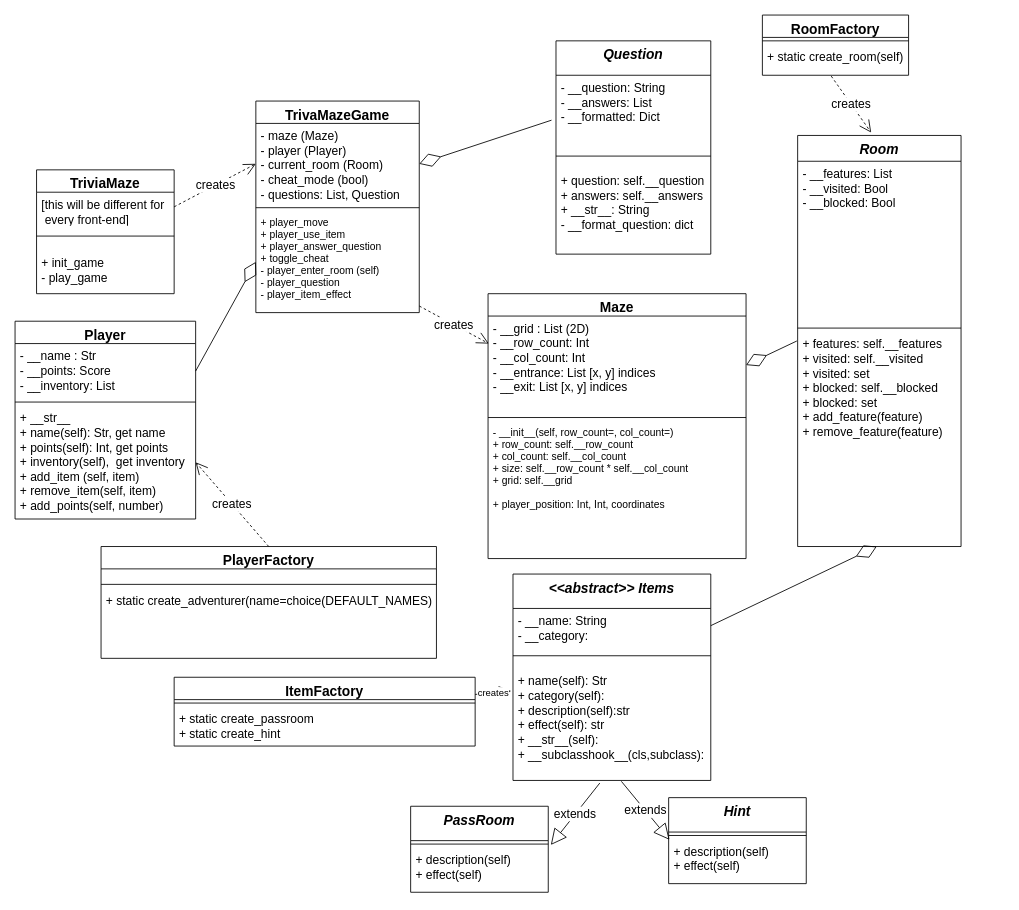
Earlier version of the draw.io diagram documentation/trivia_maze_UML.drawio (rclarkmorrow/trivia_maze). Source tidied: cells renumbered, new cells numbered last; positions are measured from the earlier drawing's top-left corner, leaving out a move shared by most shapes. Both pictures are drawn from the tidied source at 86%, with x=0, y=0 at pixel (15, 15).
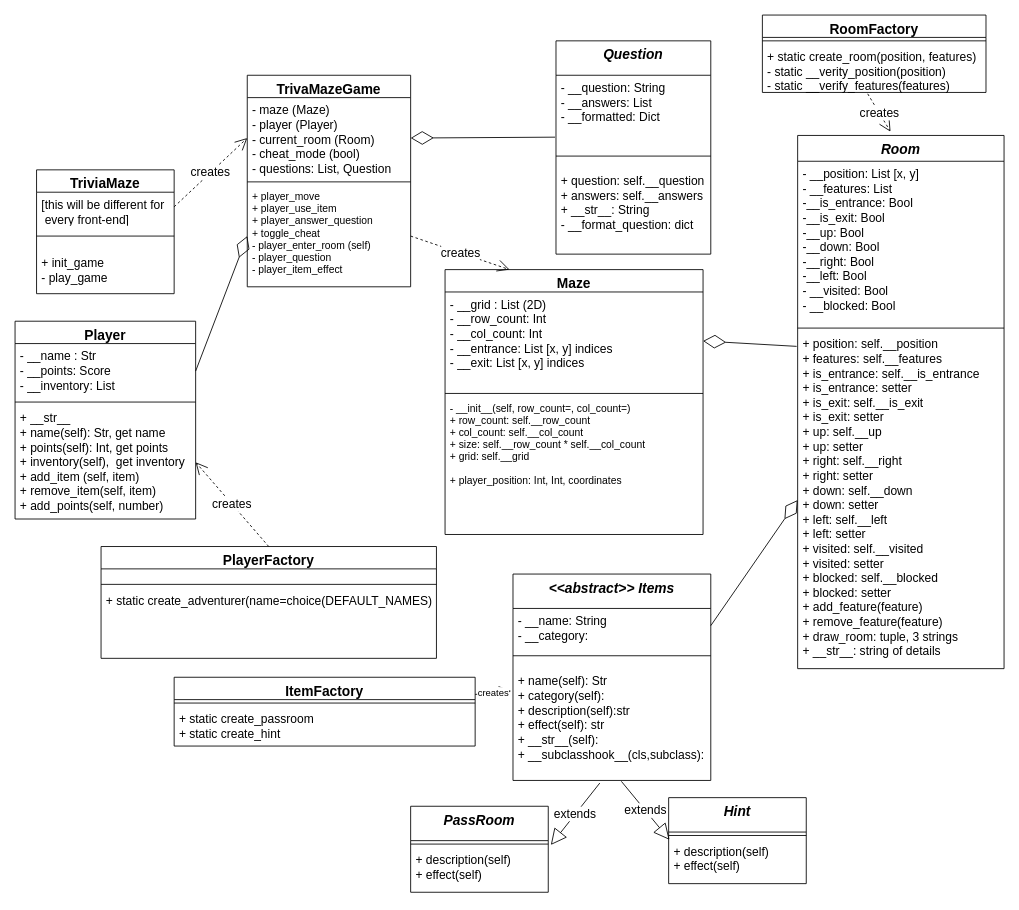
After the change.

Unchanged cells that the change refers to:
```xml
<mxCell id="3" value="- __grid : List (2D)&#10;- __row_count: Int&#10;- __col_count: Int&#10;- __entrance: List [x, y] indices&#10;- __exit: List [x, y] indices" style="text;strokeColor=none;fillColor=none;align=left;verticalAlign=top;spacingLeft=4;spacingRight=4;overflow=hidden;points=[[0,0.5],[1,0.5]];portConstraint=eastwest;fontSize=14;" parent="2" vertex="1">
  <mxGeometry y="26" width="300" height="114" as="geometry" />
</mxCell>
<mxCell id="17" value="- __name: String&#10;- __category:" style="text;strokeColor=none;fillColor=none;align=left;verticalAlign=top;spacingLeft=4;spacingRight=4;overflow=hidden;points=[[0,0.5],[1,0.5]];portConstraint=eastwest;fontSize=14;" parent="16" vertex="1">
  <mxGeometry y="40" width="230" height="40" as="geometry" />
</mxCell>
<mxCell id="21" value="- __question: String&#10;- __answers: List&#10;- __formatted: Dict" style="text;strokeColor=none;fillColor=none;align=left;verticalAlign=top;spacingLeft=4;spacingRight=4;overflow=hidden;points=[[0,0.5],[1,0.5]];portConstraint=eastwest;fontSize=14;" parent="20" vertex="1">
  <mxGeometry y="40" width="180" height="80" as="geometry" />
</mxCell>
<mxCell id="49" value="- maze (Maze)&#10;- player (Player)&#10;- current_room (Room)&#10;- cheat_mode (bool)&#10;- questions: List, Question" style="text;strokeColor=none;fillColor=none;align=left;verticalAlign=top;spacingLeft=4;spacingRight=4;overflow=hidden;points=[[0,0.5],[1,0.5]];portConstraint=eastwest;fontSize=14;" parent="48" vertex="1">
  <mxGeometry y="26" width="190" height="94" as="geometry" />
</mxCell>
<mxCell id="51" value="+ player_move&#10;+ player_use_item&#10;+ player_answer_question&#10;+ toggle_cheat&#10;- player_enter_room (self)&#10;- player_question&#10;- player_item_effect&#10;" style="text;strokeColor=none;fillColor=none;align=left;verticalAlign=top;spacingLeft=4;spacingRight=4;overflow=hidden;points=[[0,0.5],[1,0.5]];portConstraint=eastwest;" parent="48" vertex="1">
  <mxGeometry y="128" width="190" height="118" as="geometry" />
</mxCell>
```

The edit, as a diff of the source:
```diff
@@
     <mxCell id="2" value="Maze" style="swimlane;fontStyle=1;align=center;verticalAlign=top;horizontal=1;startSize=26;fontSize=16;" parent="1" vertex="1">
-      <mxGeometry x="550" y="324" width="300" height="308" as="geometry" />
+      <mxGeometry x="500" y="296" width="300" height="308" as="geometry" />
     </mxCell>
@@
     <mxCell id="6" value="Room" style="swimlane;fontStyle=3;align=center;verticalAlign=top;horizontal=1;startSize=30;fontSize=16;" parent="1" vertex="1">
-      <mxGeometry x="910" y="140" width="190" height="478" as="geometry" />
+      <mxGeometry x="910" y="140" width="240" height="620" as="geometry" />
     </mxCell>
-    <mxCell id="7" value="- __features: List&#10;- __visited: Bool&#10;- __blocked: Bool" style="text;strokeColor=none;fillColor=none;align=left;verticalAlign=top;spacingLeft=4;spacingRight=4;overflow=hidden;fontSize=14;" parent="6" vertex="1">
-      <mxGeometry y="30" width="190" height="190" as="geometry" />
+    <mxCell id="7" value="- __position: List [x, y]&#10;- __features: List&#10;-__is_entrance: Bool&#10;-__is_exit: Bool&#10;-__up: Bool&#10;-__down: Bool&#10;-__right: Bool&#10;-__left: Bool&#10;- __visited: Bool&#10;- __blocked: Bool" style="text;strokeColor=none;fillColor=none;align=left;verticalAlign=top;spacingLeft=4;spacingRight=4;overflow=hidden;fontSize=14;" parent="6" vertex="1">
+      <mxGeometry y="30" width="240" height="190" as="geometry" />
     </mxCell>
     <mxCell id="8" style="line;strokeWidth=1;fillColor=none;align=left;verticalAlign=middle;spacingTop=-1;spacingLeft=3;spacingRight=3;labelPosition=right;" parent="6" vertex="1">
-      <mxGeometry y="220" width="190" height="8" as="geometry" />
+      <mxGeometry y="220" width="240" height="8" as="geometry" />
     </mxCell>
-    <mxCell id="9" value="+ features: self.__features&#10;+ visited: self.__visited&#10;+ visited: set&#10;+ blocked: self.__blocked&#10;+ blocked: set&#10;+ add_feature(feature)&#10;+ remove_feature(feature)&#10;" style="text;strokeColor=none;fillColor=none;align=left;verticalAlign=top;spacingLeft=4;spacingRight=4;overflow=hidden;points=[[0,0.5],[1,0.5]];portConstraint=eastwest;labelBorderColor=none;fontSize=14;" parent="6" vertex="1">
-      <mxGeometry y="228" width="190" height="250" as="geometry" />
+    <mxCell id="9" value="+ position: self.__position&#10;+ features: self.__features&#10;+ is_entrance: self.__is_entrance&#10;+ is_entrance: setter&#10;+ is_exit: self.__is_exit&#10;+ is_exit: setter&#10;+ up: self.__up&#10;+ up: setter&#10;+ right: self.__right&#10;+ right: setter&#10;+ down: self.__down&#10;+ down: setter&#10;+ left: self.__left&#10;+ left: setter&#10;+ visited: self.__visited&#10;+ visited: setter&#10;+ blocked: self.__blocked&#10;+ blocked: setter&#10;+ add_feature(feature)&#10;+ remove_feature(feature)&#10;+ draw_room: tuple, 3 strings&#10;+ __str__: string of details&#10;" style="text;strokeColor=none;fillColor=none;align=left;verticalAlign=top;spacingLeft=4;spacingRight=4;overflow=hidden;points=[[0,0.5],[1,0.5]];portConstraint=eastwest;labelBorderColor=none;fontSize=14;" parent="6" vertex="1">
+      <mxGeometry y="228" width="240" height="392" as="geometry" />
     </mxCell>
     <mxCell id="10" value="RoomFactory" style="swimlane;fontStyle=1;align=center;verticalAlign=top;horizontal=1;startSize=26;fontSize=16;" parent="1" vertex="1">
-      <mxGeometry x="869" width="170" height="70" as="geometry" />
+      <mxGeometry x="869" width="260" height="90" as="geometry" />
     </mxCell>
     <mxCell id="11" style="line;strokeWidth=1;fillColor=none;align=left;verticalAlign=middle;spacingTop=-1;spacingLeft=3;spacingRight=3;labelPosition=right;" parent="10" vertex="1">
-      <mxGeometry y="26" width="170" height="8" as="geometry" />
+      <mxGeometry y="26" width="260" height="8" as="geometry" />
     </mxCell>
-    <mxCell id="12" value="+ static create_room(self)&#10;" style="text;strokeColor=none;fillColor=none;align=left;verticalAlign=top;spacingLeft=4;spacingRight=4;overflow=hidden;points=[[0,0.5],[1,0.5]];portConstraint=eastwest;fontSize=14;" parent="10" vertex="1">
-      <mxGeometry y="34" width="170" height="36" as="geometry" />
+    <mxCell id="12" value="+ static create_room(position, features)&#10;- static __verity_position(position)&#10;- static __verify_features(features)" style="text;strokeColor=none;fillColor=none;align=left;verticalAlign=top;spacingLeft=4;spacingRight=4;overflow=hidden;points=[[0,0.5],[1,0.5]];portConstraint=eastwest;fontSize=14;" parent="10" vertex="1">
+      <mxGeometry y="34" width="260" height="56" as="geometry" />
     </mxCell>
@@
-    <mxCell id="15" value="&lt;font style=&quot;font-size: 14px&quot;&gt;creates&lt;/font&gt;" style="endArrow=open;endSize=12;dashed=1;html=1;entryX=0.003;entryY=0.281;entryDx=0;entryDy=0;entryPerimeter=0;" parent="1" edge="1" source="51" target="3">
+    <mxCell id="15" value="&lt;font style=&quot;font-size: 14px&quot;&gt;creates&lt;/font&gt;" style="endArrow=open;endSize=12;dashed=1;html=1;exitX=1;exitY=0.5;exitDx=0;exitDy=0;entryX=0.25;entryY=0;entryDx=0;entryDy=0;" parent="1" edge="1" source="51" target="2">
       <mxGeometry relative="1" as="geometry" />
     </mxCell>
@@
     <mxCell id="48" value="TrivaMazeGame" style="swimlane;fontStyle=1;align=center;verticalAlign=top;horizontal=1;startSize=26;fontSize=16;" parent="1" vertex="1">
-      <mxGeometry x="280" y="100" width="190" height="246" as="geometry" />
+      <mxGeometry x="270" y="70" width="190" height="246" as="geometry" />
     </mxCell>
@@
-    <mxCell id="52" style="endArrow=diamondThin;endFill=0;endSize=24;html=1;exitX=-0.029;exitY=0.653;exitDx=0;exitDy=0;exitPerimeter=0;entryX=1;entryY=0.5;entryDx=0;entryDy=0;" parent="1" edge="1" source="21" target="49">
+    <mxCell id="52" style="endArrow=diamondThin;endFill=0;endSize=24;html=1;exitX=-0.006;exitY=0.9;exitDx=0;exitDy=0;exitPerimeter=0;entryX=1;entryY=0.5;entryDx=0;entryDy=0;" parent="1" edge="1" source="21" target="49">
       <mxGeometry relative="1" as="geometry" />
     </mxCell>
-    <mxCell id="53" style="endArrow=diamondThin;endFill=0;endSize=24;html=1;entryX=0.484;entryY=1;entryDx=0;entryDy=0;entryPerimeter=0;exitX=1;exitY=0.5;exitDx=0;exitDy=0;" parent="1" edge="1" source="17" target="9">
+    <mxCell id="53" style="endArrow=diamondThin;endFill=0;endSize=24;html=1;entryX=0;entryY=0.5;entryDx=0;entryDy=0;exitX=1;exitY=0.5;exitDx=0;exitDy=0;" parent="1" edge="1" source="17" target="9">
       <mxGeometry relative="1" as="geometry" />
     </mxCell>
```
